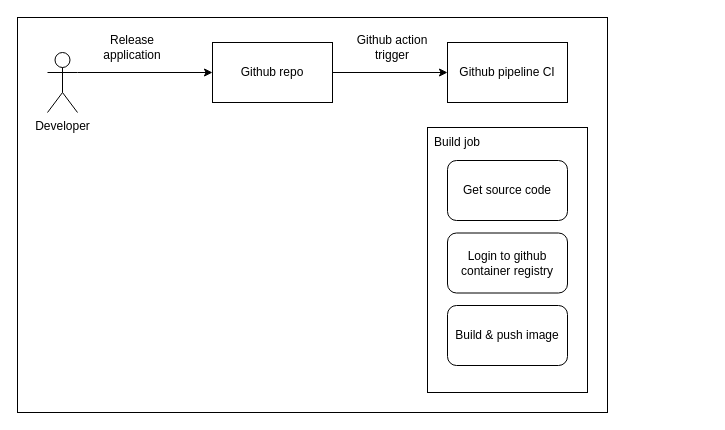
buraito-kun/devops-assignment keeps this draw.io diagram as cicd-diagram/diagram.dio. Above is the earlier version. Source tidied: cells renumbered, new cells numbered last; positions are measured from the earlier drawing's top-left corner, leaving out a move shared by most shapes. Both pictures are drawn from the tidied source at 100%, with x=0, y=0 at pixel (17, 17).
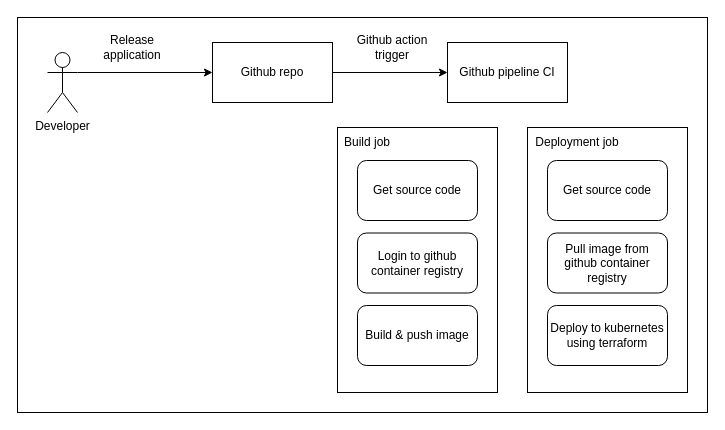
After the change.

Commit message (it also covers changes not shown here):
Asgmt 5 cleared

The edit, as a diff of the source:
```diff
@@
 <mxGraphModel>
   <root>
     <mxCell id="0" />
     <mxCell id="1" parent="0" />
     <mxCell id="2" style="rounded=0;whiteSpace=wrap;html=1;" parent="1" vertex="1">
-      <mxGeometry width="590" height="395" as="geometry" />
+      <mxGeometry width="690" height="395" as="geometry" />
     </mxCell>
     <mxCell id="3" style="rounded=0;whiteSpace=wrap;html=1;" parent="1" vertex="1">
-      <mxGeometry x="410" y="110" width="160" height="265" as="geometry" />
+      <mxGeometry x="320" y="110" width="160" height="265" as="geometry" />
     </mxCell>
     <mxCell id="4" style="edgeStyle=none;html=1;entryX=0;entryY=0.5;entryDx=0;entryDy=0;exitX=1;exitY=0.3333333333333333;exitDx=0;exitDy=0;exitPerimeter=0;" parent="1" edge="1" source="5" target="7">
       <mxGeometry relative="1" as="geometry" />
     </mxCell>
     <mxCell id="5" value="Developer" style="shape=umlActor;verticalLabelPosition=bottom;verticalAlign=top;html=1;outlineConnect=0;" parent="1" vertex="1">
       <mxGeometry x="30" y="35" width="30" height="60" as="geometry" />
     </mxCell>
     <mxCell id="6" style="edgeStyle=none;html=1;entryX=0;entryY=0.5;entryDx=0;entryDy=0;" parent="1" edge="1" source="7" target="9">
       <mxGeometry relative="1" as="geometry" />
     </mxCell>
     <mxCell id="7" value="Github repo" style="rounded=0;whiteSpace=wrap;html=1;" parent="1" vertex="1">
       <mxGeometry x="195" y="25" width="120" height="60" as="geometry" />
     </mxCell>
     <mxCell id="8" value="Release application" style="text;html=1;strokeColor=none;fillColor=none;align=center;verticalAlign=middle;whiteSpace=wrap;rounded=0;" parent="1" vertex="1">
       <mxGeometry x="80" y="15" width="70" height="30" as="geometry" />
     </mxCell>
     <mxCell id="9" value="Github pipeline CI" style="rounded=0;whiteSpace=wrap;html=1;" parent="1" vertex="1">
       <mxGeometry x="430" y="25" width="120" height="60" as="geometry" />
     </mxCell>
     <mxCell id="10" value="Github action trigger" style="text;html=1;strokeColor=none;fillColor=none;align=center;verticalAlign=middle;whiteSpace=wrap;rounded=0;" parent="1" vertex="1">
       <mxGeometry x="330" y="15" width="90" height="30" as="geometry" />
     </mxCell>
     <mxCell id="11" value="Build job" style="text;html=1;strokeColor=none;fillColor=none;align=center;verticalAlign=middle;whiteSpace=wrap;rounded=0;" parent="1" vertex="1">
-      <mxGeometry x="410" y="110" width="60" height="30" as="geometry" />
+      <mxGeometry x="320" y="110" width="60" height="30" as="geometry" />
     </mxCell>
     <mxCell id="12" value="Login to github container registry" style="rounded=1;whiteSpace=wrap;html=1;" parent="1" vertex="1">
-      <mxGeometry x="430" y="215.5" width="120" height="60" as="geometry" />
+      <mxGeometry x="340" y="215.5" width="120" height="60" as="geometry" />
     </mxCell>
     <mxCell id="13" value="Get source code" style="rounded=1;whiteSpace=wrap;html=1;" parent="1" vertex="1">
-      <mxGeometry x="430" y="143" width="120" height="60" as="geometry" />
+      <mxGeometry x="340" y="143" width="120" height="60" as="geometry" />
     </mxCell>
     <mxCell id="14" value="Build &amp;amp; push image" style="rounded=1;whiteSpace=wrap;html=1;" parent="1" vertex="1">
-      <mxGeometry x="430" y="288" width="120" height="60" as="geometry" />
+      <mxGeometry x="340" y="288" width="120" height="60" as="geometry" />
     </mxCell>
+    <mxCell id="15" style="rounded=0;whiteSpace=wrap;html=1;" parent="1" vertex="1">
+      <mxGeometry x="510" y="110" width="160" height="265" as="geometry" />
+    </mxCell>
+    <mxCell id="16" value="Deployment job" style="text;html=1;strokeColor=none;fillColor=none;align=center;verticalAlign=middle;whiteSpace=wrap;rounded=0;" parent="1" vertex="1">
+      <mxGeometry x="510" y="110" width="100" height="30" as="geometry" />
+    </mxCell>
+    <mxCell id="17" value="Pull image from github container registry" style="rounded=1;whiteSpace=wrap;html=1;" parent="1" vertex="1">
+      <mxGeometry x="530" y="215.5" width="120" height="60" as="geometry" />
+    </mxCell>
+    <mxCell id="18" value="Get source code" style="rounded=1;whiteSpace=wrap;html=1;" parent="1" vertex="1">
+      <mxGeometry x="530" y="143" width="120" height="60" as="geometry" />
+    </mxCell>
+    <mxCell id="19" value="Deploy to kubernetes using terraform" style="rounded=1;whiteSpace=wrap;html=1;" parent="1" vertex="1">
+      <mxGeometry x="530" y="288" width="120" height="60" as="geometry" />
+    </mxCell>
   </root>
 </mxGraphModel>
```
